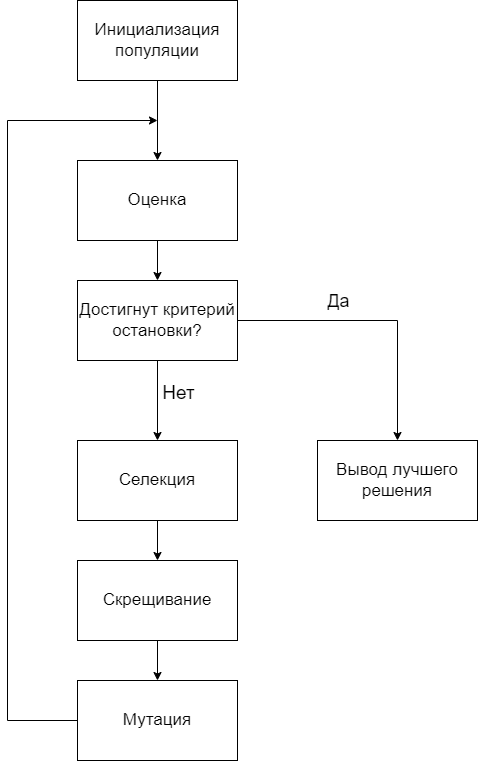
This is images/GP_steps.png from geseron/genetic_program, a draw.io export, as it was before one commit. Source tidied: cells renumbered, new cells last; positions are measured from the earlier drawing's top-left corner, leaving out a move shared by most shapes.
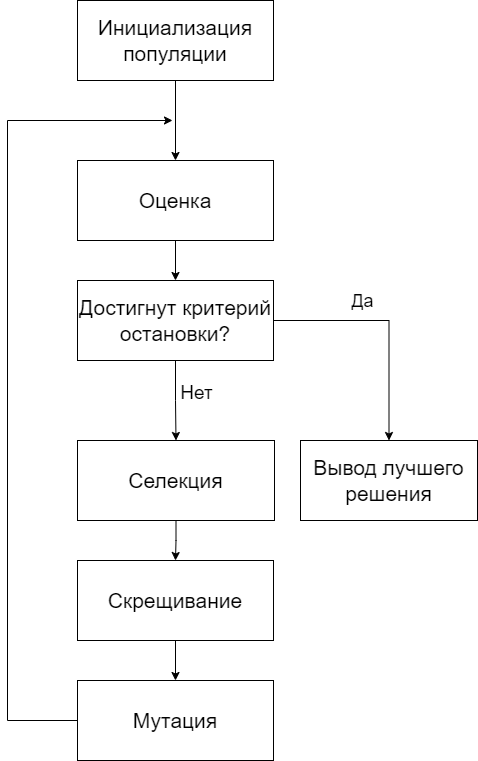
Above is the later version.

Change to the diagram source:
```diff
@@ -5,38 +5,38 @@
     <mxCell id="2" style="edgeStyle=orthogonalEdgeStyle;rounded=0;jettySize=auto;html=1;exitX=0.5;exitY=1;exitDx=0;exitDy=0;entryX=0.5;entryY=0;entryDx=0;entryDy=0;" parent="1" edge="1" source="3" target="5">
       <mxGeometry relative="1" as="geometry" />
     </mxCell>
-    <mxCell id="3" value="Инициализация популяции" style="rounded=0;whiteSpace=wrap;html=1;fontSize=17;" parent="1" vertex="1">
-      <mxGeometry x="70" width="160" height="80" as="geometry" />
+    <mxCell id="3" value="Инициализация популяции" style="rounded=0;whiteSpace=wrap;html=1;fontSize=21;" parent="1" vertex="1">
+      <mxGeometry x="70" width="196" height="80" as="geometry" />
     </mxCell>
     <mxCell id="4" style="edgeStyle=orthogonalEdgeStyle;rounded=0;jettySize=auto;html=1;exitX=0.5;exitY=1;exitDx=0;exitDy=0;entryX=0.5;entryY=0;entryDx=0;entryDy=0;" parent="1" edge="1" source="5" target="16">
       <mxGeometry relative="1" as="geometry" />
     </mxCell>
-    <mxCell id="5" value="Оценка" style="rounded=0;whiteSpace=wrap;html=1;fontSize=17;" parent="1" vertex="1">
-      <mxGeometry x="70" y="160" width="160" height="80" as="geometry" />
+    <mxCell id="5" value="Оценка" style="rounded=0;whiteSpace=wrap;html=1;fontSize=21;" parent="1" vertex="1">
+      <mxGeometry x="70" y="160" width="196" height="80" as="geometry" />
     </mxCell>
     <mxCell id="6" style="edgeStyle=orthogonalEdgeStyle;rounded=0;jettySize=auto;html=1;" parent="1" edge="1" source="7" target="9">
       <mxGeometry relative="1" as="geometry" />
     </mxCell>
-    <mxCell id="7" value="Селекция" style="rounded=0;whiteSpace=wrap;html=1;fontSize=17;" parent="1" vertex="1">
-      <mxGeometry x="70" y="440" width="160" height="80" as="geometry" />
+    <mxCell id="7" value="Селекция" style="rounded=0;whiteSpace=wrap;html=1;fontSize=21;" parent="1" vertex="1">
+      <mxGeometry x="70" y="440" width="197" height="80" as="geometry" />
     </mxCell>
     <mxCell id="8" style="edgeStyle=orthogonalEdgeStyle;rounded=0;jettySize=auto;html=1;exitX=0.5;exitY=1;exitDx=0;exitDy=0;" parent="1" edge="1" source="9" target="11">
       <mxGeometry relative="1" as="geometry" />
     </mxCell>
-    <mxCell id="9" value="Скрещивание" style="rounded=0;whiteSpace=wrap;html=1;fontSize=17;" parent="1" vertex="1">
-      <mxGeometry x="70" y="560" width="160" height="80" as="geometry" />
+    <mxCell id="9" value="Скрещивание" style="rounded=0;whiteSpace=wrap;html=1;fontSize=21;" parent="1" vertex="1">
+      <mxGeometry x="70" y="560" width="196" height="80" as="geometry" />
     </mxCell>
     <mxCell id="10" style="edgeStyle=orthogonalEdgeStyle;rounded=0;jettySize=auto;html=1;exitX=0;exitY=0.5;exitDx=0;exitDy=0;" parent="1" edge="1" source="11">
       <mxGeometry relative="1" as="geometry">
-        <mxPoint x="150" y="120" as="targetPoint" />
+        <mxPoint x="165" y="120" as="targetPoint" />
         <Array as="points">
           <mxPoint y="720" />
           <mxPoint y="120" />
         </Array>
       </mxGeometry>
     </mxCell>
-    <mxCell id="11" value="Мутация" style="rounded=0;whiteSpace=wrap;html=1;fontSize=17;" parent="1" vertex="1">
-      <mxGeometry x="70" y="680" width="160" height="80" as="geometry" />
+    <mxCell id="11" value="Мутация" style="rounded=0;whiteSpace=wrap;html=1;fontSize=21;" parent="1" vertex="1">
+      <mxGeometry x="70" y="680" width="196" height="80" as="geometry" />
     </mxCell>
     <mxCell id="12" style="edgeStyle=orthogonalEdgeStyle;rounded=0;jettySize=auto;html=1;exitX=0.5;exitY=1;exitDx=0;exitDy=0;entryX=0.5;entryY=0;entryDx=0;entryDy=0;" parent="1" edge="1" source="16" target="7">
       <mxGeometry relative="1" as="geometry" />
@@ -54,11 +54,11 @@
         <mxPoint x="25" y="-22" as="offset" />
       </mxGeometry>
     </mxCell>
-    <mxCell id="16" value="Достигнут критерий остановки?" style="rounded=0;whiteSpace=wrap;html=1;fontSize=17;" parent="1" vertex="1">
-      <mxGeometry x="70" y="280" width="160" height="80" as="geometry" />
+    <mxCell id="16" value="Достигнут критерий остановки?" style="rounded=0;whiteSpace=wrap;html=1;fontSize=21;" parent="1" vertex="1">
+      <mxGeometry x="70" y="280" width="196" height="80" as="geometry" />
     </mxCell>
-    <mxCell id="17" value="Вывод лучшего решения" style="rounded=0;whiteSpace=wrap;html=1;fontSize=17;" parent="1" vertex="1">
-      <mxGeometry x="310" y="440" width="160" height="80" as="geometry" />
+    <mxCell id="17" value="Вывод лучшего решения" style="rounded=0;whiteSpace=wrap;html=1;fontSize=21;" parent="1" vertex="1">
+      <mxGeometry x="293" y="440" width="177" height="80" as="geometry" />
     </mxCell>
   </root>
 </mxGraphModel>
```
